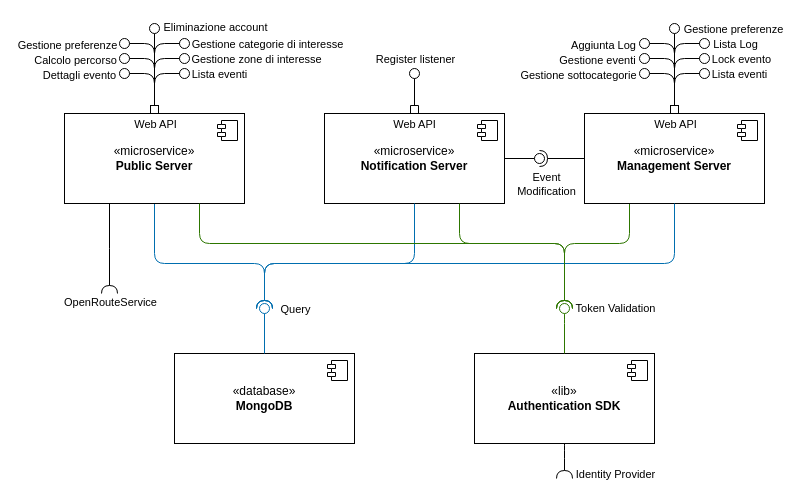
This is page "Overview" (1 of 3) of Deliverable-2/ComponentDiagram_overview.drawio from ELI20ZIVI/BeeLive, a draw.io file, before an edit. Source tidied: cells renumbered, new cells numbered last; positions are measured from the earlier drawing's top-left corner, leaving out a move shared by most shapes. Both pictures are drawn from the tidied source at 100%, with x=0, y=0 at pixel (64, 28).
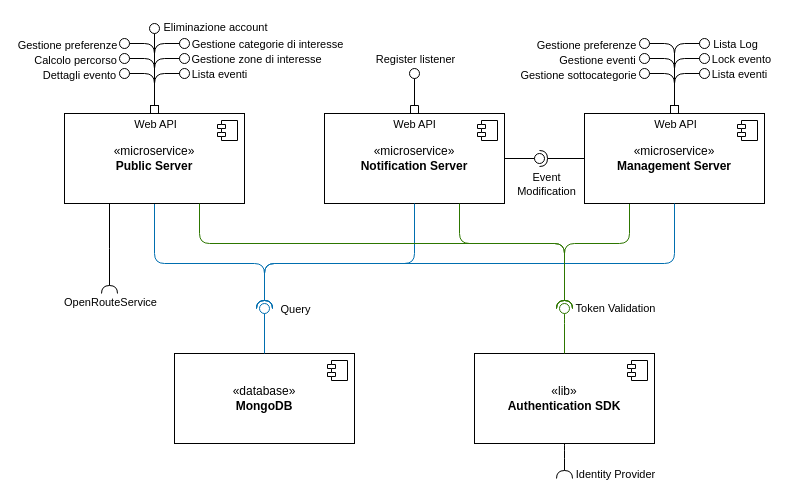
The same page after the edit.

Commit message (it also covers changes not shown here):
component diagram cleanup

The change refers to these unchanged cells:
```xml
<mxCell id="61" style="rounded=1;orthogonalLoop=1;jettySize=auto;html=1;endArrow=oval;endFill=0;sketch=0;sourcePerimeterSpacing=0;targetPerimeterSpacing=0;endSize=10;edgeStyle=orthogonalEdgeStyle;curved=0;startArrow=box;startFill=0;" parent="1" edge="1">
  <mxGeometry relative="1" as="geometry">
    <mxPoint x="610" y="85" as="sourcePoint" />
    <mxPoint x="580" y="15" as="targetPoint" />
    <Array as="points">
      <mxPoint x="610" y="15" />
    </Array>
  </mxGeometry>
</mxCell>
```

Diff of the diagram source:
```diff
@@
-    <mxCell id="62" value="Aggiunta Log" style="edgeLabel;html=1;align=center;verticalAlign=middle;" parent="61" vertex="1">
+    <mxCell id="62" value="Gestione preferenze" style="edgeLabel;html=1;align=center;verticalAlign=middle;" parent="61" vertex="1">
       <mxGeometry x="1" y="1" relative="1" as="geometry">
-        <mxPoint x="-42" as="offset" />
+        <mxPoint x="-59" as="offset" />
       </mxGeometry>
     </mxCell>
@@
-    <mxCell id="65" style="rounded=1;orthogonalLoop=1;jettySize=auto;html=1;endArrow=oval;endFill=0;sketch=0;sourcePerimeterSpacing=0;targetPerimeterSpacing=0;endSize=10;edgeStyle=orthogonalEdgeStyle;curved=0;labelPosition=right;verticalLabelPosition=middle;align=left;verticalAlign=middle;startArrow=box;startFill=0;" parent="1" edge="1">
-      <mxGeometry relative="1" as="geometry">
-        <mxPoint x="610" y="85" as="sourcePoint" />
-        <mxPoint x="610" as="targetPoint" />
-        <Array as="points">
-          <mxPoint x="610" />
-        </Array>
-      </mxGeometry>
-    </mxCell>
-    <mxCell id="66" value="Gestione preferenze" style="edgeLabel;html=1;align=center;verticalAlign=middle;" parent="65" vertex="1">
-      <mxGeometry x="0.95" y="-1" relative="1" as="geometry">
-        <mxPoint x="57" y="-2" as="offset" />
-      </mxGeometry>
-    </mxCell>
```
